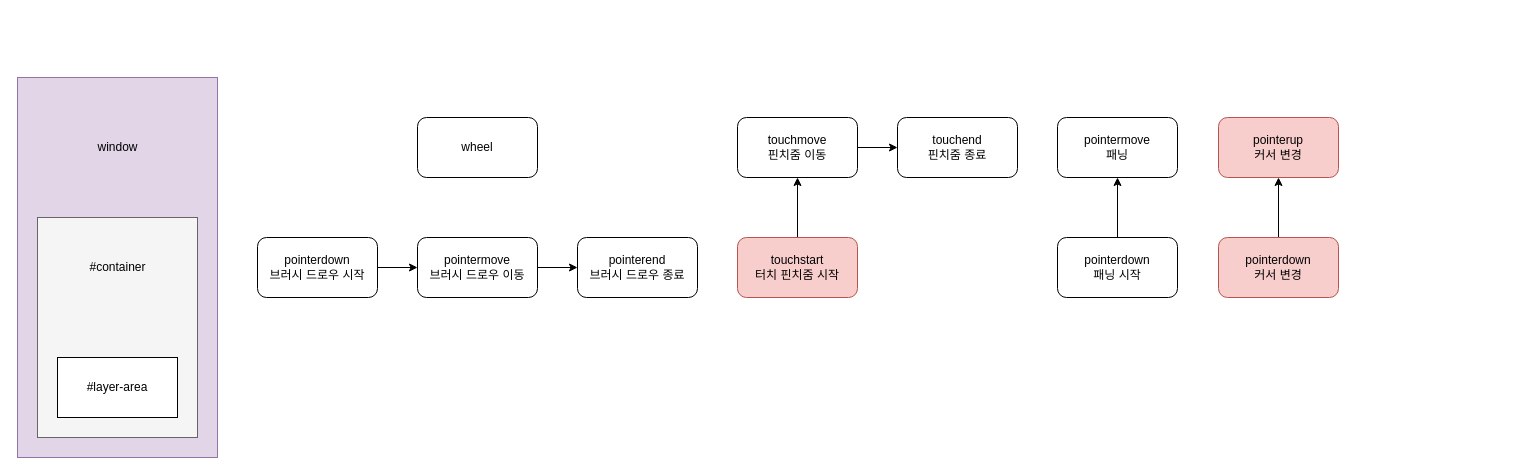
Above: 제목 없는 다이어그램.drawio in oyc0401/graphic (draw.io), before the change. Source tidied: cells renumbered, new cells numbered last; positions are measured from the earlier drawing's top-left corner, leaving out a move shared by most shapes. Both pictures are drawn from the tidied source at 100%, with x=0, y=0 at pixel (17, 77).
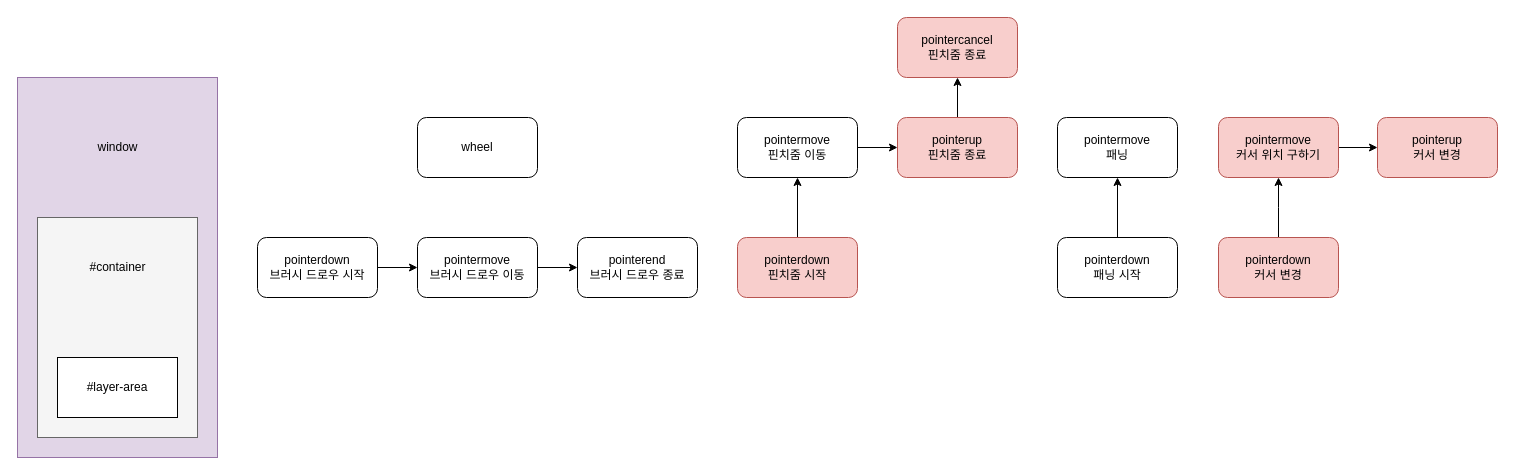
The same diagram, later.

Commit message:
제목 없는 다이어그램.drawio 업데이트

The change refers to these unchanged cells:
```xml
<mxCell id="22" value="pointerdown&lt;div&gt;커서 변경&lt;/div&gt;" style="rounded=1;whiteSpace=wrap;html=1;fillColor=#f8cecc;strokeColor=#b85450;" parent="1" vertex="1">
  <mxGeometry x="1201" y="160" width="120" height="60" as="geometry" />
</mxCell>
```

Diff of the diagram source:
```diff
@@
-    <mxCell id="14" value="touchstart&lt;div&gt;터치 핀치줌 시작&lt;/div&gt;" style="rounded=1;whiteSpace=wrap;html=1;fillColor=#f8cecc;strokeColor=#b85450;" parent="1" vertex="1">
+    <mxCell id="14" value="pointerdown&lt;div&gt;핀치줌 시작&lt;/div&gt;" style="rounded=1;whiteSpace=wrap;html=1;fillColor=#f8cecc;strokeColor=#b85450;" parent="1" vertex="1">
       <mxGeometry x="720" y="160" width="120" height="60" as="geometry" />
     </mxCell>
@@
-    <mxCell id="16" value="touchmove&lt;div&gt;핀치줌 이동&lt;/div&gt;" style="rounded=1;whiteSpace=wrap;html=1;" parent="1" vertex="1">
+    <mxCell id="16" value="pointermove&lt;div&gt;핀치줌 이동&lt;/div&gt;" style="rounded=1;whiteSpace=wrap;html=1;" parent="1" vertex="1">
       <mxGeometry x="720" y="40" width="120" height="60" as="geometry" />
     </mxCell>
+    <mxCell id="24" style="edgeStyle=orthogonalEdgeStyle;rounded=0;jettySize=auto;html=1;" parent="1" edge="1" source="17" target="27">
+      <mxGeometry relative="1" as="geometry" />
+    </mxCell>
-    <mxCell id="17" value="touchend&lt;div&gt;핀치줌 종료&lt;/div&gt;" style="rounded=1;whiteSpace=wrap;html=1;" parent="1" vertex="1">
+    <mxCell id="17" value="pointerup&lt;div&gt;핀치줌 종료&lt;/div&gt;" style="rounded=1;whiteSpace=wrap;html=1;fillColor=#f8cecc;strokeColor=#b85450;" parent="1" vertex="1">
       <mxGeometry x="880" y="40" width="120" height="60" as="geometry" />
     </mxCell>
@@
     <mxCell id="21" style="edgeStyle=orthogonalEdgeStyle;rounded=0;jettySize=auto;html=1;" parent="1" edge="1" source="22" target="23">
-      <mxGeometry relative="1" as="geometry" />
+      <mxGeometry relative="1" as="geometry">
+        <Array as="points">
+          <mxPoint x="1261" y="130" />
+          <mxPoint x="1261" y="130" />
+        </Array>
+      </mxGeometry>
     </mxCell>
@@
+    <mxCell id="25" style="edgeStyle=orthogonalEdgeStyle;rounded=0;jettySize=auto;html=1;" parent="1" edge="1" source="23" target="26">
+      <mxGeometry relative="1" as="geometry" />
+    </mxCell>
-    <mxCell id="23" value="pointerup&lt;div&gt;커서 변경&lt;/div&gt;" style="rounded=1;whiteSpace=wrap;html=1;fillColor=#f8cecc;strokeColor=#b85450;" parent="1" vertex="1">
+    <mxCell id="23" value="pointermove&lt;div&gt;커서 위치 구하기&lt;/div&gt;" style="rounded=1;whiteSpace=wrap;html=1;fillColor=#f8cecc;strokeColor=#b85450;" parent="1" vertex="1">
       <mxGeometry x="1201" y="40" width="120" height="60" as="geometry" />
     </mxCell>
+    <mxCell id="26" value="pointerup&lt;div&gt;커서 변경&lt;/div&gt;" style="rounded=1;whiteSpace=wrap;html=1;fillColor=#f8cecc;strokeColor=#b85450;" parent="1" vertex="1">
+      <mxGeometry x="1360" y="40" width="120" height="60" as="geometry" />
+    </mxCell>
+    <mxCell id="27" value="pointercancel&lt;div&gt;핀치줌 종료&lt;/div&gt;" style="rounded=1;whiteSpace=wrap;html=1;fillColor=#f8cecc;strokeColor=#b85450;" parent="1" vertex="1">
+      <mxGeometry x="880" y="-60" width="120" height="60" as="geometry" />
+    </mxCell>
```
